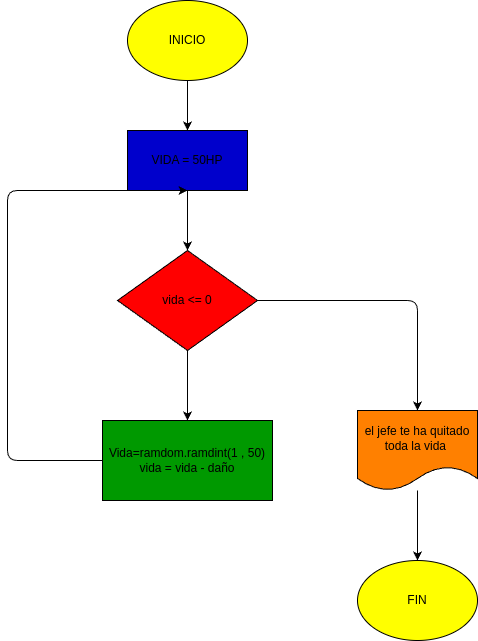
dani72405bue/EJERCICIOS_PRACTICA_WHILE keeps this draw.io diagram as ejercicio_2/diagrama.png. Above is the earlier version. Source tidied: cells renumbered, new cells last; positions are measured from the earlier drawing's top-left corner, leaving out a move shared by most shapes.
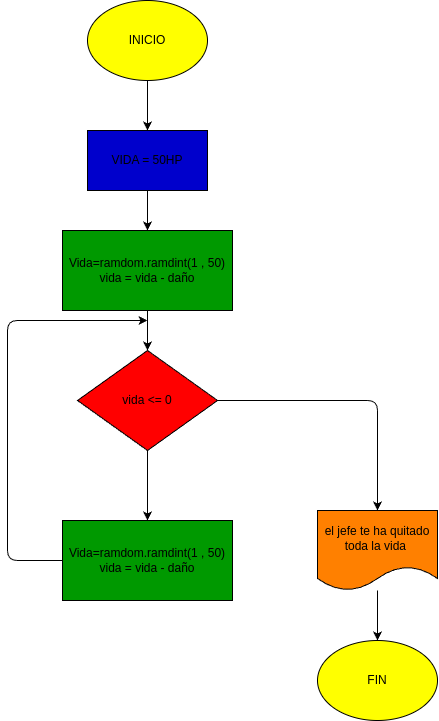
The same diagram one commit later.

Commit message:
se actualizo el readme con analisis y diseño

Change to the diagram source:
```diff
@@ -5,15 +5,10 @@
     <mxCell id="2" value="INICIO" style="ellipse;whiteSpace=wrap;html=1;fillColor=#FFFF00;" parent="1" vertex="1">
       <mxGeometry x="120" width="120" height="80" as="geometry" />
     </mxCell>
-    <mxCell id="3" style="edgeStyle=none;html=1;entryX=0.5;entryY=0;entryDx=0;entryDy=0;" parent="1" edge="1" source="6">
-      <mxGeometry relative="1" as="geometry">
-        <mxPoint x="180" y="330" as="targetPoint" />
-      </mxGeometry>
-    </mxCell>
     <mxCell id="4" style="edgeStyle=none;html=1;entryX=0.5;entryY=0;entryDx=0;entryDy=0;" parent="1" edge="1" source="6" target="8">
       <mxGeometry relative="1" as="geometry">
         <Array as="points">
-          <mxPoint x="410" y="300" />
+          <mxPoint x="410" y="400" />
         </Array>
       </mxGeometry>
     </mxCell>
@@ -21,13 +16,13 @@
       <mxGeometry relative="1" as="geometry" />
     </mxCell>
     <mxCell id="6" value="vida &amp;lt;= 0" style="rhombus;whiteSpace=wrap;html=1;fillColor=#FF0000;" parent="1" vertex="1">
-      <mxGeometry x="110" y="250" width="140" height="100" as="geometry" />
+      <mxGeometry x="110" y="350" width="140" height="100" as="geometry" />
     </mxCell>
     <mxCell id="7" style="edgeStyle=none;html=1;entryX=0.5;entryY=0;entryDx=0;entryDy=0;" parent="1" edge="1" source="8" target="10">
       <mxGeometry relative="1" as="geometry" />
     </mxCell>
     <mxCell id="8" value="el jefe te ha quitado toda la vida&amp;nbsp;" style="shape=document;whiteSpace=wrap;html=1;boundedLbl=1;fillColor=#FF8000;" parent="1" vertex="1">
-      <mxGeometry x="350" y="410" width="120" height="80" as="geometry" />
+      <mxGeometry x="350" y="510" width="120" height="80" as="geometry" />
     </mxCell>
     <mxCell id="9" style="edgeStyle=none;html=1;" parent="1" edge="1" source="2">
       <mxGeometry relative="1" as="geometry">
@@ -35,24 +30,31 @@
       </mxGeometry>
     </mxCell>
     <mxCell id="10" value="FIN" style="ellipse;whiteSpace=wrap;html=1;fillColor=#FFFF00;" parent="1" vertex="1">
-      <mxGeometry x="350" y="560" width="120" height="80" as="geometry" />
+      <mxGeometry x="350" y="640" width="120" height="80" as="geometry" />
     </mxCell>
-    <mxCell id="11" style="edgeStyle=none;html=1;entryX=0.5;entryY=0;entryDx=0;entryDy=0;" parent="1" edge="1" source="12" target="6">
-      <mxGeometry relative="1" as="geometry" />
-    </mxCell>
+    <mxCell id="15" style="edgeStyle=none;html=1;" parent="1" edge="1" source="12" target="18">
+      <mxGeometry relative="1" as="geometry" />
+    </mxCell>
     <mxCell id="12" value="VIDA = 50HP" style="rounded=0;whiteSpace=wrap;html=1;fillColor=#0000CC;" parent="1" vertex="1">
       <mxGeometry x="120" y="130" width="120" height="60" as="geometry" />
     </mxCell>
-    <mxCell id="13" style="edgeStyle=none;html=1;entryX=0.5;entryY=1;entryDx=0;entryDy=0;" parent="1" edge="1" source="14" target="12">
-      <mxGeometry relative="1" as="geometry">
-        <Array as="points">
-          <mxPoint y="460" />
-          <mxPoint y="190" />
-        </Array>
-      </mxGeometry>
-    </mxCell>
+    <mxCell id="16" style="edgeStyle=none;html=1;" parent="1" edge="1" source="14">
+      <mxGeometry relative="1" as="geometry">
+        <mxPoint x="180" y="320" as="targetPoint" />
+        <Array as="points">
+          <mxPoint x="40" y="560" />
+          <mxPoint x="40" y="320" />
+        </Array>
+      </mxGeometry>
+    </mxCell>
     <mxCell id="14" value="Vida=ramdom.ramdint(1 , 50)&lt;div&gt;vida = vida - daño&lt;/div&gt;" style="rounded=0;whiteSpace=wrap;html=1;fillColor=#009900;" parent="1" vertex="1">
-      <mxGeometry x="95" y="420" width="170" height="80" as="geometry" />
+      <mxGeometry x="95" y="520" width="170" height="80" as="geometry" />
     </mxCell>
+    <mxCell id="17" style="edgeStyle=none;html=1;entryX=0.5;entryY=0;entryDx=0;entryDy=0;" parent="1" edge="1" source="18" target="6">
+      <mxGeometry relative="1" as="geometry" />
+    </mxCell>
+    <mxCell id="18" value="Vida=ramdom.ramdint(1 , 50)&lt;div&gt;vida = vida - daño&lt;/div&gt;" style="rounded=0;whiteSpace=wrap;html=1;fillColor=#009900;" parent="1" vertex="1">
+      <mxGeometry x="95" y="230" width="170" height="80" as="geometry" />
+    </mxCell>
   </root>
 </mxGraphModel>
```
